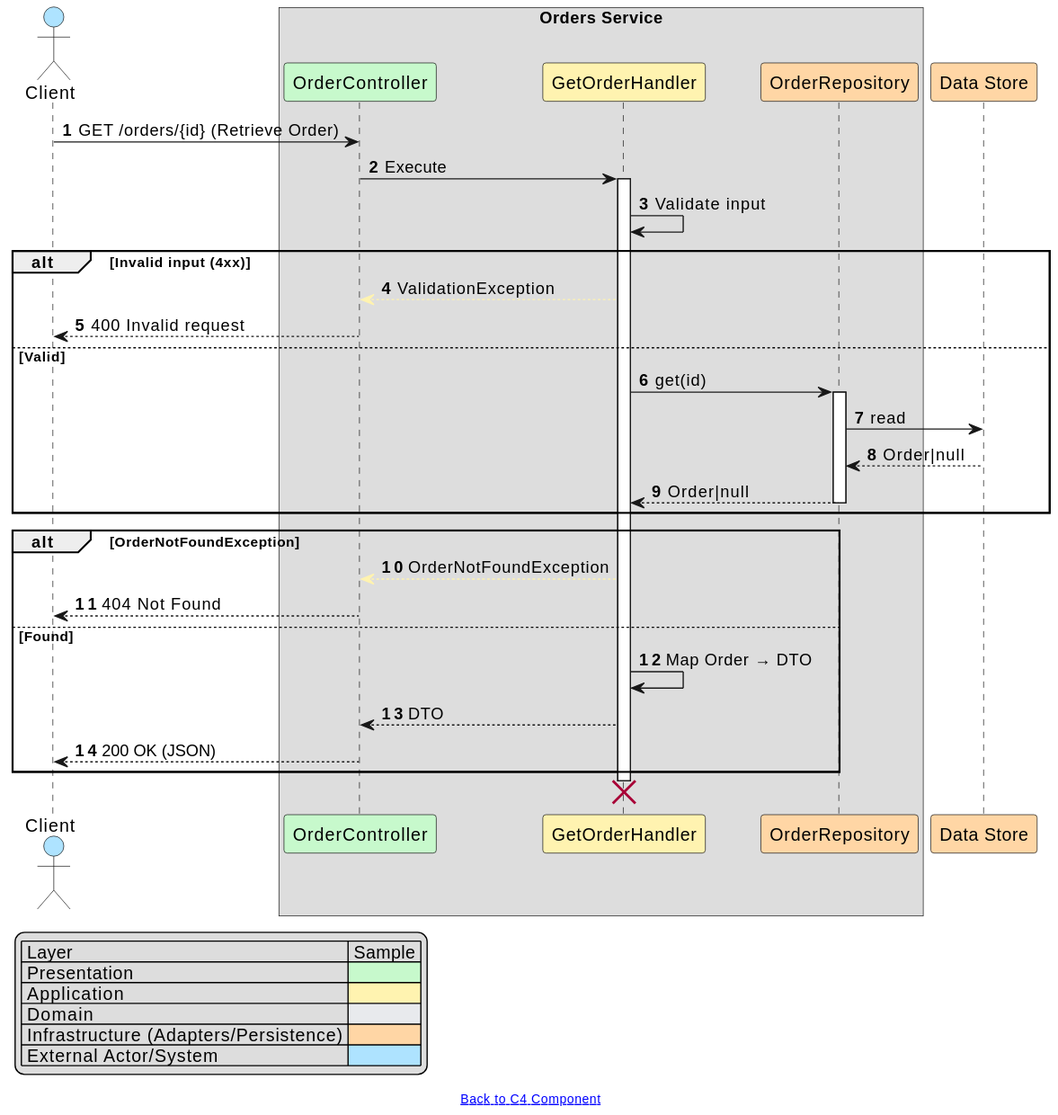
The PlantUML diagram docs/sequence-get-order.svg in mundiir/meetup-2025-orders-service, before a commit.
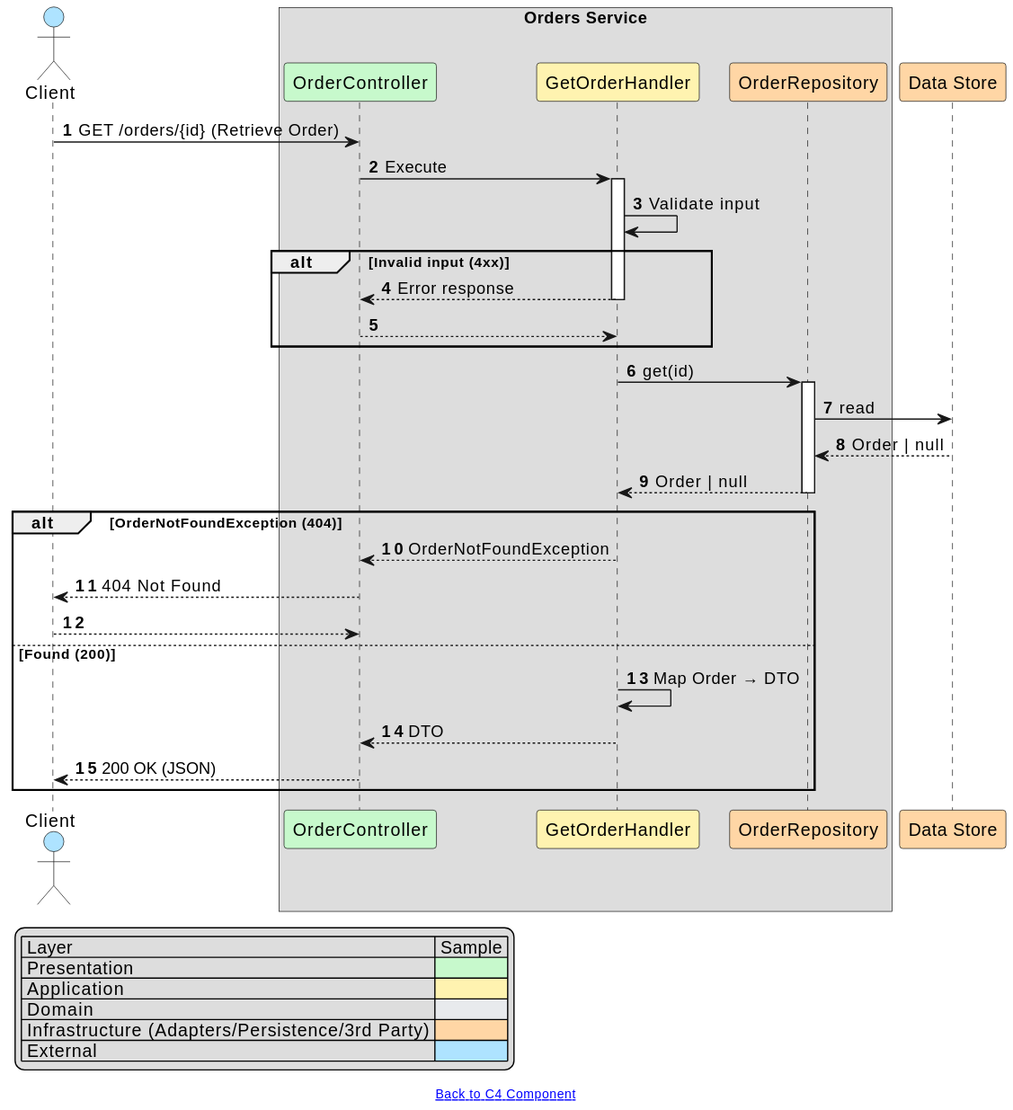
After the commit.

Diff of the diagram source:
```diff
@@ -17,35 +17,37 @@
 
 GetOrderHandler -> GetOrderHandler: Validate input
 alt Invalid input (4xx)
-  GetOrderHandler -[#FFF3B0]-> OrderController: ValidationException
-  OrderController --> Client: 400 Invalid request
-else Valid
-  GetOrderHandler -> OrderRepository: get(id)
-  activate OrderRepository
-  OrderRepository -> DataStore: read
-  DataStore --> OrderRepository: Order|null
-  OrderRepository --> GetOrderHandler: Order|null
-  deactivate OrderRepository
+  GetOrderHandler --> OrderController: Error response
+  deactivate GetOrderHandler
+  return
 end
 
-alt OrderNotFoundException
-  GetOrderHandler -[#FFF3B0]-> OrderController: OrderNotFoundException
+GetOrderHandler -> OrderRepository: get(id)
+activate OrderRepository
+OrderRepository -> DataStore: read
+DataStore --> OrderRepository: Order | null
+OrderRepository --> GetOrderHandler: Order | null
+deactivate OrderRepository
+
+alt OrderNotFoundException (404)
+  GetOrderHandler --> OrderController: OrderNotFoundException
+  deactivate GetOrderHandler
   OrderController --> Client: 404 Not Found
-else Found
+  return
+else Found (200)
   GetOrderHandler -> GetOrderHandler: Map Order → DTO
   GetOrderHandler --> OrderController: DTO
+  deactivate GetOrderHandler
   OrderController --> Client: 200 OK (JSON)
 end
-
-destroy GetOrderHandler
 
 legend left
   | Layer | Sample |
   | Presentation | <#C7F9CC> |
   | Application | <#FFF3B0> |
   | Domain | <#E8EAED> |
-  | Infrastructure (Adapters/Persistence) | <#FFD6A5> |
-  | External Actor/System | <#AEE3FF> |
+  | Infrastructure (Adapters/Persistence/3rd Party) | <#FFD6A5> |
+  | External | <#AEE3FF> |
 endlegend
 
 footer [[https://mundiir.github.io/meetup-2025-orders-service/c4-component.svg Back to C4 Component]]
```
